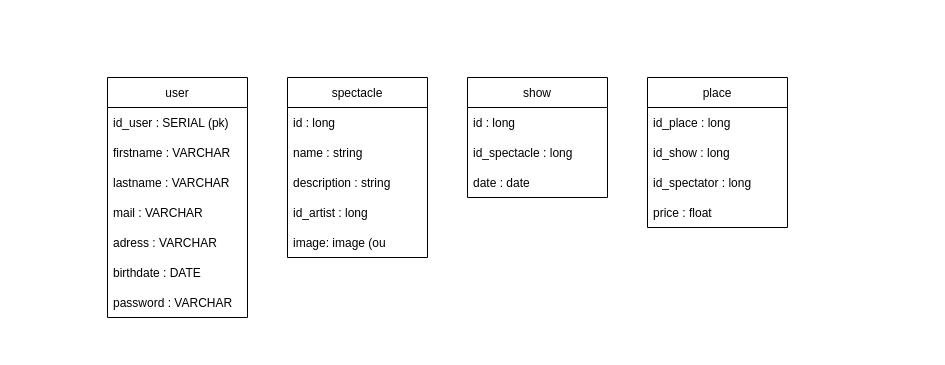
Above: page "BDD" (7 of 7) of analyse/analyse.drawio in baptisteRiviere/SpectacleHallManagement (draw.io), before the change. Source tidied: cells renumbered, new cells numbered last; positions are measured from the earlier drawing's top-left corner, leaving out a move shared by most shapes. Both pictures are drawn from the tidied source at 100%, with x=0, y=0 at pixel (107, 77).
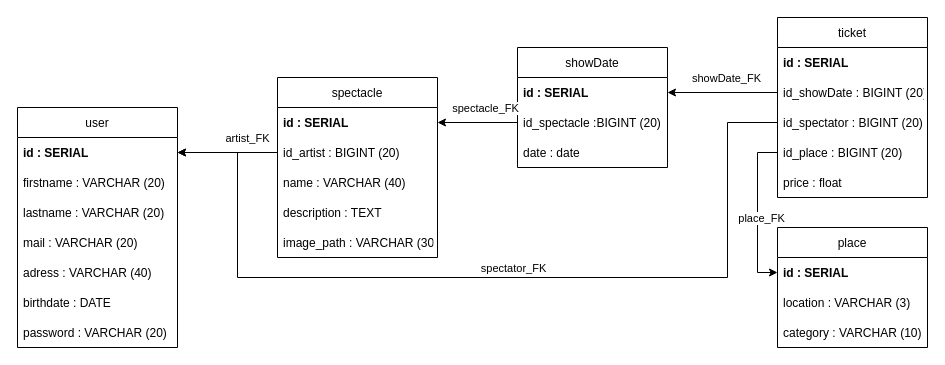
After the change.

Commit message:
Analyse : mise à jour complète BDD

Diff of the diagram source:
```diff
@@
     <mxCell id="2" value="user" style="swimlane;fontStyle=0;horizontal=1;startSize=30;" parent="1" vertex="1">
-      <mxGeometry width="140" height="240" as="geometry" />
+      <mxGeometry x="-90" y="30" width="160" height="240" as="geometry" />
     </mxCell>
-    <mxCell id="3" value="id_user : SERIAL (pk)" style="text;strokeColor=none;fillColor=none;align=left;verticalAlign=middle;spacingLeft=4;spacingRight=4;overflow=hidden;points=[[0,0.5],[1,0.5]];portConstraint=eastwest;" parent="2" vertex="1">
-      <mxGeometry y="30" width="140" height="30" as="geometry" />
+    <mxCell id="3" value="id : SERIAL" style="text;strokeColor=none;fillColor=none;align=left;verticalAlign=middle;spacingLeft=4;spacingRight=4;overflow=hidden;points=[[0,0.5],[1,0.5]];portConstraint=eastwest;fontStyle=1;" parent="2" vertex="1">
+      <mxGeometry y="30" width="160" height="30" as="geometry" />
     </mxCell>
-    <mxCell id="4" value="firstname : VARCHAR" style="text;strokeColor=none;fillColor=none;align=left;verticalAlign=middle;spacingLeft=4;spacingRight=4;overflow=hidden;" parent="2" vertex="1">
-      <mxGeometry y="60" width="140" height="30" as="geometry" />
+    <mxCell id="4" value="firstname : VARCHAR (20)" style="text;strokeColor=none;fillColor=none;align=left;verticalAlign=middle;spacingLeft=4;spacingRight=4;overflow=hidden;" parent="2" vertex="1">
+      <mxGeometry y="60" width="160" height="30" as="geometry" />
     </mxCell>
-    <mxCell id="5" value="lastname : VARCHAR" style="text;strokeColor=none;fillColor=none;align=left;verticalAlign=middle;spacingLeft=4;spacingRight=4;overflow=hidden;" parent="2" vertex="1">
-      <mxGeometry y="90" width="140" height="30" as="geometry" />
+    <mxCell id="5" value="lastname : VARCHAR (20)" style="text;strokeColor=none;fillColor=none;align=left;verticalAlign=middle;spacingLeft=4;spacingRight=4;overflow=hidden;" parent="2" vertex="1">
+      <mxGeometry y="90" width="160" height="30" as="geometry" />
     </mxCell>
-    <mxCell id="6" value="mail : VARCHAR" style="text;strokeColor=none;fillColor=none;align=left;verticalAlign=middle;spacingLeft=4;spacingRight=4;overflow=hidden;" parent="2" vertex="1">
-      <mxGeometry y="120" width="140" height="30" as="geometry" />
+    <mxCell id="6" value="mail : VARCHAR (20)" style="text;strokeColor=none;fillColor=none;align=left;verticalAlign=middle;spacingLeft=4;spacingRight=4;overflow=hidden;" parent="2" vertex="1">
+      <mxGeometry y="120" width="160" height="30" as="geometry" />
     </mxCell>
-    <mxCell id="7" value="adress : VARCHAR" style="text;strokeColor=none;fillColor=none;align=left;verticalAlign=middle;spacingLeft=4;spacingRight=4;overflow=hidden;" parent="2" vertex="1">
-      <mxGeometry y="150" width="140" height="30" as="geometry" />
+    <mxCell id="7" value="adress : VARCHAR (40)" style="text;strokeColor=none;fillColor=none;align=left;verticalAlign=middle;spacingLeft=4;spacingRight=4;overflow=hidden;" parent="2" vertex="1">
+      <mxGeometry y="150" width="160" height="30" as="geometry" />
     </mxCell>
     <mxCell id="8" value="birthdate : DATE" style="text;strokeColor=none;fillColor=none;align=left;verticalAlign=middle;spacingLeft=4;spacingRight=4;overflow=hidden;" parent="2" vertex="1">
-      <mxGeometry y="180" width="140" height="30" as="geometry" />
+      <mxGeometry y="180" width="160" height="30" as="geometry" />
     </mxCell>
-    <mxCell id="9" value="password : VARCHAR" style="text;strokeColor=none;fillColor=none;align=left;verticalAlign=middle;spacingLeft=4;spacingRight=4;overflow=hidden;" parent="2" vertex="1">
-      <mxGeometry y="210" width="140" height="30" as="geometry" />
+    <mxCell id="9" value="password : VARCHAR (20)" style="text;strokeColor=none;fillColor=none;align=left;verticalAlign=middle;spacingLeft=4;spacingRight=4;overflow=hidden;" parent="2" vertex="1">
+      <mxGeometry y="210" width="160" height="30" as="geometry" />
     </mxCell>
     <mxCell id="10" value="spectacle" style="swimlane;fontStyle=0;horizontal=1;startSize=30;" parent="1" vertex="1">
-      <mxGeometry x="180" width="140" height="180" as="geometry" />
+      <mxGeometry x="170" width="160" height="180" as="geometry" />
     </mxCell>
-    <mxCell id="11" value="id : long" style="text;strokeColor=none;fillColor=none;align=left;verticalAlign=middle;spacingLeft=4;spacingRight=4;overflow=hidden;points=[[0,0.5],[1,0.5]];portConstraint=eastwest;" parent="10" vertex="1">
-      <mxGeometry y="30" width="140" height="30" as="geometry" />
+    <mxCell id="11" value="id : SERIAL" style="text;strokeColor=none;fillColor=none;align=left;verticalAlign=middle;spacingLeft=4;spacingRight=4;overflow=hidden;points=[[0,0.5],[1,0.5]];portConstraint=eastwest;fontStyle=1;" parent="10" vertex="1">
+      <mxGeometry y="30" width="160" height="30" as="geometry" />
     </mxCell>
+    <mxCell id="14" value="id_artist : BIGINT (20)" style="text;strokeColor=none;fillColor=none;align=left;verticalAlign=middle;spacingLeft=4;spacingRight=4;overflow=hidden;points=[[0,0.5],[1,0.5]];portConstraint=eastwest;" parent="10" vertex="1">
+      <mxGeometry y="60" width="160" height="30" as="geometry" />
+    </mxCell>
-    <mxCell id="12" value="name : string" style="text;strokeColor=none;fillColor=none;align=left;verticalAlign=middle;spacingLeft=4;spacingRight=4;overflow=hidden;" parent="10" vertex="1">
-      <mxGeometry y="60" width="140" height="30" as="geometry" />
+    <mxCell id="12" value="name : VARCHAR (40)" style="text;strokeColor=none;fillColor=none;align=left;verticalAlign=middle;spacingLeft=4;spacingRight=4;overflow=hidden;" parent="10" vertex="1">
+      <mxGeometry y="90" width="160" height="30" as="geometry" />
     </mxCell>
-    <mxCell id="13" value="description : string" style="text;strokeColor=none;fillColor=none;align=left;verticalAlign=middle;spacingLeft=4;spacingRight=4;overflow=hidden;" parent="10" vertex="1">
-      <mxGeometry y="90" width="140" height="30" as="geometry" />
+    <mxCell id="13" value="description : TEXT" style="text;strokeColor=none;fillColor=none;align=left;verticalAlign=middle;spacingLeft=4;spacingRight=4;overflow=hidden;" parent="10" vertex="1">
+      <mxGeometry y="120" width="160" height="30" as="geometry" />
     </mxCell>
-    <mxCell id="14" value="id_artist : long" style="text;strokeColor=none;fillColor=none;align=left;verticalAlign=middle;spacingLeft=4;spacingRight=4;overflow=hidden;points=[[0,0.5],[1,0.5]];portConstraint=eastwest;" parent="10" vertex="1">
-      <mxGeometry y="120" width="140" height="30" as="geometry" />
-    </mxCell>
-    <mxCell id="15" value="image: image (ou" style="text;strokeColor=none;fillColor=none;align=left;verticalAlign=middle;spacingLeft=4;spacingRight=4;overflow=hidden;" parent="10" vertex="1">
-      <mxGeometry y="150" width="140" height="30" as="geometry" />
+    <mxCell id="15" value="image_path : VARCHAR (30)" style="text;strokeColor=none;fillColor=none;align=left;verticalAlign=middle;spacingLeft=4;spacingRight=4;overflow=hidden;" parent="10" vertex="1">
+      <mxGeometry y="150" width="160" height="30" as="geometry" />
     </mxCell>
-    <mxCell id="16" value="show" style="swimlane;fontStyle=0;horizontal=1;startSize=30;" parent="1" vertex="1">
-      <mxGeometry x="360" width="140" height="120" as="geometry" />
+    <mxCell id="16" value="showDate" style="swimlane;fontStyle=0;horizontal=1;startSize=30;" parent="1" vertex="1">
+      <mxGeometry x="410" y="-30" width="150" height="120" as="geometry" />
     </mxCell>
-    <mxCell id="17" value="id : long" style="text;strokeColor=none;fillColor=none;align=left;verticalAlign=middle;spacingLeft=4;spacingRight=4;overflow=hidden;points=[[0,0.5],[1,0.5]];portConstraint=eastwest;" parent="16" vertex="1">
-      <mxGeometry y="30" width="140" height="30" as="geometry" />
+    <mxCell id="17" value="id : SERIAL" style="text;strokeColor=none;fillColor=none;align=left;verticalAlign=middle;spacingLeft=4;spacingRight=4;overflow=hidden;points=[[0,0.5],[1,0.5]];portConstraint=eastwest;fontStyle=1;" parent="16" vertex="1">
+      <mxGeometry y="30" width="150" height="30" as="geometry" />
     </mxCell>
-    <mxCell id="18" value="id_spectacle : long" style="text;strokeColor=none;fillColor=none;align=left;verticalAlign=middle;spacingLeft=4;spacingRight=4;overflow=hidden;points=[[0,0.5],[1,0.5]];portConstraint=eastwest;" parent="16" vertex="1">
-      <mxGeometry y="60" width="140" height="30" as="geometry" />
+    <mxCell id="18" value="id_spectacle :BIGINT (20)" style="text;strokeColor=none;fillColor=none;align=left;verticalAlign=middle;spacingLeft=4;spacingRight=4;overflow=hidden;points=[[0,0.5],[1,0.5]];portConstraint=eastwest;" parent="16" vertex="1">
+      <mxGeometry y="60" width="150" height="30" as="geometry" />
     </mxCell>
     <mxCell id="19" value="date : date" style="text;strokeColor=none;fillColor=none;align=left;verticalAlign=middle;spacingLeft=4;spacingRight=4;overflow=hidden;" parent="16" vertex="1">
-      <mxGeometry y="90" width="140" height="30" as="geometry" />
+      <mxGeometry y="90" width="150" height="30" as="geometry" />
     </mxCell>
-    <mxCell id="20" value="place" style="swimlane;fontStyle=0;horizontal=1;startSize=30;" parent="1" vertex="1">
-      <mxGeometry x="540" width="140" height="150" as="geometry" />
+    <mxCell id="20" value="ticket" style="swimlane;fontStyle=0;horizontal=1;startSize=30;" parent="1" vertex="1">
+      <mxGeometry x="670" y="-60" width="150" height="180" as="geometry" />
     </mxCell>
-    <mxCell id="21" value="id_place : long" style="text;strokeColor=none;fillColor=none;align=left;verticalAlign=middle;spacingLeft=4;spacingRight=4;overflow=hidden;" parent="20" vertex="1">
-      <mxGeometry y="30" width="140" height="30" as="geometry" />
-    </mxCell>
+    <mxCell id="25" value="id : SERIAL" style="text;strokeColor=none;fillColor=none;align=left;verticalAlign=middle;spacingLeft=4;spacingRight=4;overflow=hidden;fontStyle=1;" parent="20" vertex="1">
+      <mxGeometry y="30" width="150" height="30" as="geometry" />
+    </mxCell>
-    <mxCell id="22" value="id_show : long" style="text;strokeColor=none;fillColor=none;align=left;verticalAlign=middle;spacingLeft=4;spacingRight=4;overflow=hidden;points=[[0,0.5],[1,0.5]];portConstraint=eastwest;" parent="20" vertex="1">
-      <mxGeometry y="60" width="140" height="30" as="geometry" />
+    <mxCell id="22" value="id_showDate : BIGINT (20)" style="text;strokeColor=none;fillColor=none;align=left;verticalAlign=middle;spacingLeft=4;spacingRight=4;overflow=hidden;points=[[0,0.5],[1,0.5]];portConstraint=eastwest;" parent="20" vertex="1">
+      <mxGeometry y="60" width="150" height="30" as="geometry" />
     </mxCell>
-    <mxCell id="23" value="id_spectator : long" style="text;strokeColor=none;fillColor=none;align=left;verticalAlign=middle;spacingLeft=4;spacingRight=4;overflow=hidden;points=[[0,0.5],[1,0.5]];portConstraint=eastwest;" parent="20" vertex="1">
-      <mxGeometry y="90" width="140" height="30" as="geometry" />
+    <mxCell id="23" value="id_spectator : BIGINT (20)" style="text;strokeColor=none;fillColor=none;align=left;verticalAlign=middle;spacingLeft=4;spacingRight=4;overflow=hidden;points=[[0,0.5],[1,0.5]];portConstraint=eastwest;" parent="20" vertex="1">
+      <mxGeometry y="90" width="150" height="30" as="geometry" />
     </mxCell>
+    <mxCell id="26" value="id_place : BIGINT (20)" style="text;strokeColor=none;fillColor=none;align=left;verticalAlign=middle;spacingLeft=4;spacingRight=4;overflow=hidden;points=[[0,0.5],[1,0.5]];portConstraint=eastwest;" parent="20" vertex="1">
+      <mxGeometry y="120" width="150" height="30" as="geometry" />
+    </mxCell>
     <mxCell id="24" value="price : float" style="text;strokeColor=none;fillColor=none;align=left;verticalAlign=middle;spacingLeft=4;spacingRight=4;overflow=hidden;" parent="20" vertex="1">
-      <mxGeometry y="120" width="140" height="30" as="geometry" />
+      <mxGeometry y="150" width="150" height="30" as="geometry" />
     </mxCell>
+    <mxCell id="27" style="edgeStyle=orthogonalEdgeStyle;rounded=0;jettySize=auto;html=1;" parent="1" edge="1" source="14" target="3">
+      <mxGeometry relative="1" as="geometry" />
+    </mxCell>
+    <mxCell id="28" value="artist_FK" style="edgeLabel;html=1;align=center;verticalAlign=middle;" parent="27" vertex="1">
+      <mxGeometry x="0.25" y="-1" relative="1" as="geometry">
+        <mxPoint x="32" y="-14" as="offset" />
+      </mxGeometry>
+    </mxCell>
+    <mxCell id="29" style="edgeStyle=orthogonalEdgeStyle;rounded=0;jettySize=auto;html=1;" parent="1" edge="1" source="18" target="11">
+      <mxGeometry relative="1" as="geometry" />
+    </mxCell>
+    <mxCell id="30" value="spectacle_FK" style="edgeLabel;html=1;align=center;verticalAlign=middle;" parent="29" vertex="1">
+      <mxGeometry x="-0.18" y="1" relative="1" as="geometry">
+        <mxPoint y="-16" as="offset" />
+      </mxGeometry>
+    </mxCell>
+    <mxCell id="31" style="edgeStyle=orthogonalEdgeStyle;rounded=0;jettySize=auto;html=1;" parent="1" edge="1" source="22" target="17">
+      <mxGeometry relative="1" as="geometry" />
+    </mxCell>
+    <mxCell id="32" value="showDate_FK" style="edgeLabel;html=1;align=center;verticalAlign=middle;" parent="31" vertex="1">
+      <mxGeometry x="0.24" y="-2" relative="1" as="geometry">
+        <mxPoint x="16" y="-13" as="offset" />
+      </mxGeometry>
+    </mxCell>
+    <mxCell id="33" style="edgeStyle=orthogonalEdgeStyle;rounded=0;jettySize=auto;html=1;" parent="1" edge="1" source="23" target="3">
+      <mxGeometry relative="1" as="geometry">
+        <Array as="points">
+          <mxPoint x="620" y="45" />
+          <mxPoint x="620" y="200" />
+          <mxPoint x="130" y="200" />
+          <mxPoint x="130" y="75" />
+        </Array>
+      </mxGeometry>
+    </mxCell>
+    <mxCell id="34" value="spectator_FK" style="edgeLabel;html=1;align=center;verticalAlign=middle;" parent="33" vertex="1">
+      <mxGeometry x="-0.02" y="4" relative="1" as="geometry">
+        <mxPoint x="11" y="-14" as="offset" />
+      </mxGeometry>
+    </mxCell>
+    <mxCell id="35" value="place" style="swimlane;fontStyle=0;horizontal=1;startSize=30;" parent="1" vertex="1">
+      <mxGeometry x="670" y="150" width="150" height="120" as="geometry" />
+    </mxCell>
+    <mxCell id="36" value="id : SERIAL" style="text;strokeColor=none;fillColor=none;align=left;verticalAlign=middle;spacingLeft=4;spacingRight=4;overflow=hidden;points=[[0,0.5],[1,0.5]];portConstraint=eastwest;fontStyle=1;" parent="35" vertex="1">
+      <mxGeometry y="30" width="150" height="30" as="geometry" />
+    </mxCell>
+    <mxCell id="37" value="location : VARCHAR (3)" style="text;strokeColor=none;fillColor=none;align=left;verticalAlign=middle;spacingLeft=4;spacingRight=4;overflow=hidden;" parent="35" vertex="1">
+      <mxGeometry y="60" width="150" height="30" as="geometry" />
+    </mxCell>
+    <mxCell id="38" value="category : VARCHAR (10)" style="text;strokeColor=none;fillColor=none;align=left;verticalAlign=middle;spacingLeft=4;spacingRight=4;overflow=hidden;" parent="35" vertex="1">
+      <mxGeometry y="90" width="150" height="30" as="geometry" />
+    </mxCell>
+    <mxCell id="39" style="edgeStyle=orthogonalEdgeStyle;rounded=0;jettySize=auto;html=1;" parent="1" edge="1" source="26" target="36">
+      <mxGeometry relative="1" as="geometry">
+        <Array as="points">
+          <mxPoint x="650" y="75" />
+          <mxPoint x="650" y="195" />
+        </Array>
+      </mxGeometry>
+    </mxCell>
+    <mxCell id="40" value="place_FK" style="edgeLabel;html=1;align=center;verticalAlign=middle;" parent="39" vertex="1">
+      <mxGeometry x="0.16" y="3" relative="1" as="geometry">
+        <mxPoint y="-8" as="offset" />
+      </mxGeometry>
+    </mxCell>
```
